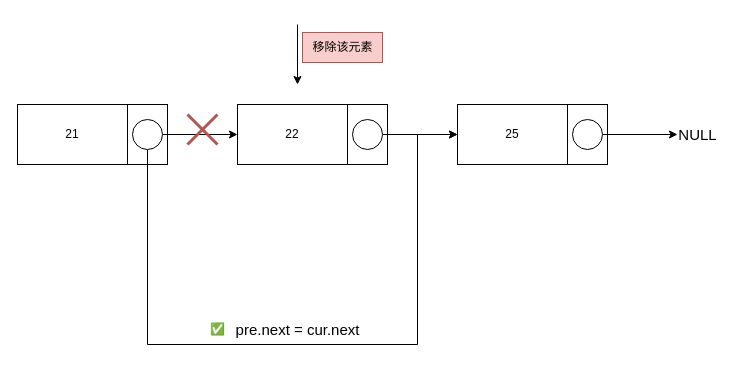
Above: 链表移除元素.drawio in qiuquanhui/images (draw.io), before the change. Source tidied: cells renumbered, new cells numbered last; positions are measured from the earlier drawing's top-left corner, leaving out a move shared by most shapes. Both pictures are drawn from the tidied source at 100%, with x=0, y=0 at pixel (17, 24).
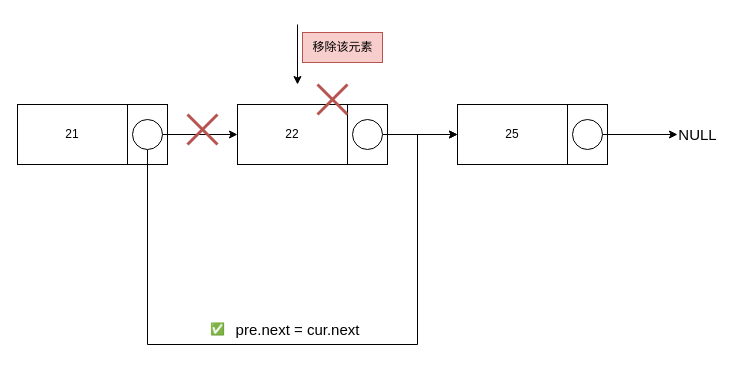
Above is the later version.

Commit message (it also covers changes not shown here):
更新链表移除元素.drawio

Diff of the diagram source:
```diff
@@
+    <mxCell id="21" style="shape=umlDestroy;whiteSpace=wrap;html=1;strokeWidth=3;targetShapes=umlLifeline;fillColor=#f8cecc;strokeColor=#b85450;" parent="1" vertex="1">
+      <mxGeometry x="300" y="60" width="30" height="30" as="geometry" />
+    </mxCell>
```
